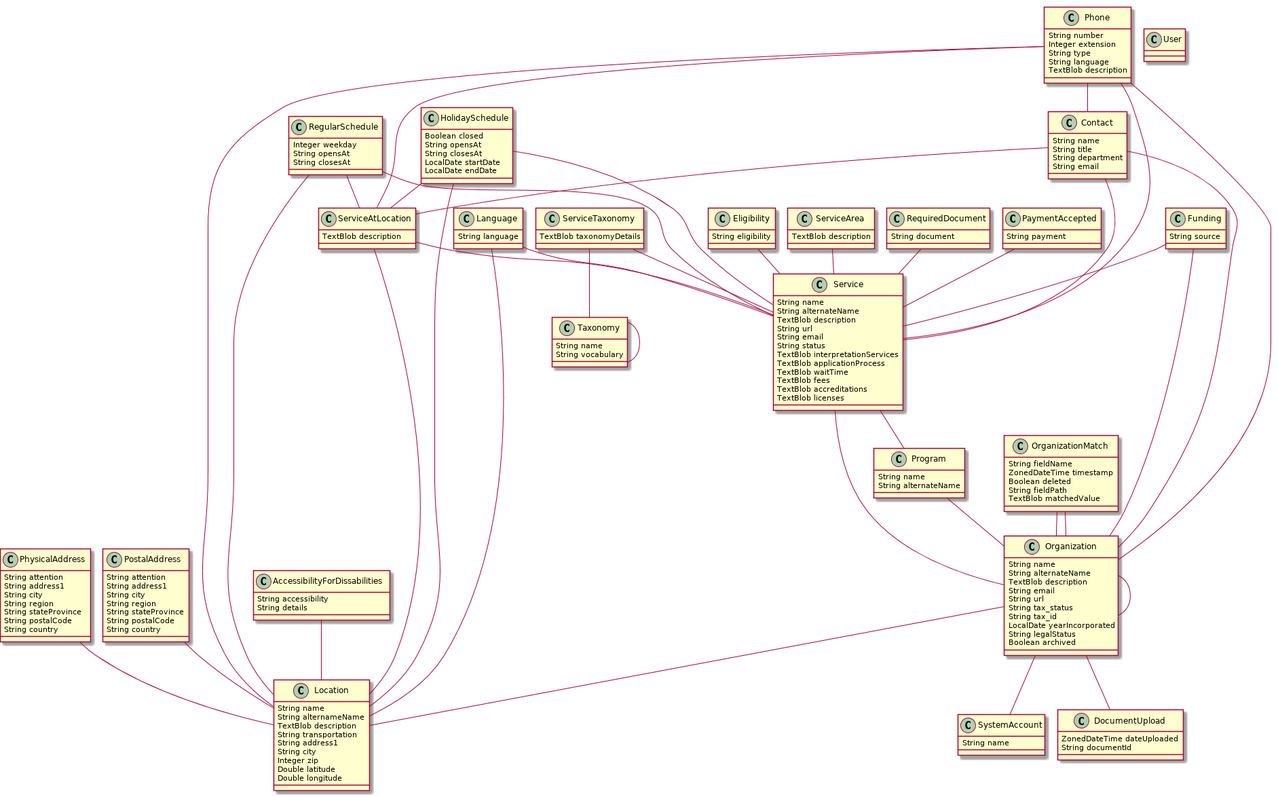
Earlier version of the PlantUML export jdl/schema.png (openreferral/ServiceNet). Its diagram source:
```plantuml
@startuml
	!pragma graphviz_dot jdot
	!pragma syntax class
	class SystemAccount  {
		String name
	}
	class DocumentUpload  {
		ZonedDateTime dateUploaded
		String documentId
	}
	class Organization  {
		String name
		String alternateName
		TextBlob description
		String email
		String url
		String tax_status
		String tax_id
		LocalDate yearIncorporated
		String legalStatus
		Boolean archived
	}
	class Service  {
		String name
		String alternateName
		TextBlob description
		String url
		String email
		String status
		TextBlob interpretationServices
		TextBlob applicationProcess
		TextBlob waitTime
		TextBlob fees
		TextBlob accreditations
		TextBlob licenses
	}
	class Program  {
		String name
		String alternateName
	}
	class ServiceAtLocation  {
		TextBlob description
	}
	class Location  {
		String name
		String alternameName
		TextBlob description
		String transportation
		String address1
		String city
		Integer zip
		Double latitude
		Double longitude
	}
	class PhysicalAddress  {
		String attention
		String address1
		String city
		String region
		String stateProvince
		String postalCode
		String country
	}
	class PostalAddress  {
		String attention
		String address1
		String city
		String region
		String stateProvince
		String postalCode
		String country
	}
	class Phone  {
		String number
		Integer extension
		String type
		String language
		TextBlob description
	}
	class Contact  {
		String name
		String title
		String department
		String email
	}
	class RegularSchedule  {
		Integer weekday
		String opensAt
		String closesAt
	}
	class HolidaySchedule  {
		Boolean closed
		String opensAt
		String closesAt
		LocalDate startDate
		LocalDate endDate
	}
	class Funding  {
		String source
	}
	class Eligibility  {
		String eligibility
	}
	class ServiceArea  {
		TextBlob description
	}
	class RequiredDocument  {
		String document
	}
	class PaymentAccepted  {
		String payment
	}
	class Language  {
		String language
	}
	class AccessibilityForDissabilities  {
		String accessibility
		String details
	}
	class ServiceTaxonomy  {
		TextBlob taxonomyDetails
	}
	class Taxonomy  {
		String name
		String vocabulary
	}
	class OrganizationMatch  {
		String fieldName
		ZonedDateTime timestamp
		Boolean deleted
		String fieldPath
		TextBlob matchedValue
	}
	Organization  "sourceDocument(dateUploaded) 0..* " o-- "0..1 "  DocumentUpload
	Organization  "account(name) 0..* " o-- "0..1 "  SystemAccount
	Program  "organization(name) 0..* " o-- "programs(name) 0..1 "  Organization
	Service  "organization(name) 0..* " o-- "services(name) 0..1 "  Organization
	Service  "program(name) 0..* " o-- "services(name) 0..1 "  Program
	ServiceAtLocation  "location(name) 0..* " o-- "0..1 "  Location
	OrganizationMatch  "organizationRecord(name) 0..* " o-- "0..1 "  Organization
	OrganizationMatch  "partnerVersion(name) 0..* " o-- "0..1 "  Organization
	Phone  "location(name) 0..* " o-- "0..1 "  Location
	Phone  "srvc(name) 0..* " o-- "0..1 "  Service
	Phone  "organization(name) 0..* " o-- "0..1 "  Organization
	Phone  "contact(name) 0..* " o-- "0..1 "  Contact
	Phone  "serviceAtLocation 0..* " o-- "phones(number) 0..1 "  ServiceAtLocation
	Contact  "organization(name) 0..* " o-- "0..1 "  Organization
	Contact  "srvc(name) 0..* " o-- "0..1 "  Service
	Contact  "serviceAtLocation 0..* " o-- "0..1 "  ServiceAtLocation
	ServiceArea  "srvc(name) 0..* " o-- "areas 0..1 "  Service
	RequiredDocument  "srvc(name) 0..* " o-- "docs(document) 0..1 "  Service
	PaymentAccepted  "srvc(name) 0..* " o-- "paymentsAccepted 0..1 "  Service
	Language  "srvc(name) 0..* " o-- "langs(language) 0..1 "  Service
	Language  "location(name) 0..* " o-- "langs(language) 0..1 "  Location
	AccessibilityForDissabilities  "location(name) 0..* " o-- "langs(accessibility) 0..1 "  Location
	Taxonomy  "parent(name) 0..* " o-- "0..1 "  Taxonomy
	ServiceTaxonomy  "srvc(name) 0..* " o-- "taxonomies 0..1 "  Service
	ServiceTaxonomy  "taxonomy(name) 0..* " o-- "0..1 "  Taxonomy
	Organization  "location(address1) 0..1 " -- "0..1 "  Location
	Organization  "replacedBy 0..1 " -- "0..1 "  Organization
	ServiceAtLocation  "srvc(name) 0..1 " -- "location(name) 0..1 "  Service
	PhysicalAddress  "location(name) 0..1 " -- "physicalAddress(address1) 0..1 "  Location
	PostalAddress  "location(name) 0..1 " -- "postalAddress(address1) 0..1 "  Location
	RegularSchedule  "srvc(name) 0..1 " -- "regularSchedule 0..1 "  Service
	RegularSchedule  "location(name) 0..1 " -- "regularSchedule 0..1 "  Location
	RegularSchedule  "serviceAtlocation 0..1 " -- "regularSchedule 0..1 "  ServiceAtLocation
	HolidaySchedule  "srvc(name) 0..1 " -- "holidaySchedule 0..1 "  Service
	HolidaySchedule  "location(name) 0..1 " -- "holidaySchedule 0..1 "  Location
	HolidaySchedule  "serviceAtlocation 0..1 " -- "holidaySchedule 0..1 "  ServiceAtLocation
	Funding  "organization(name) 0..1 " -- "funding 0..1 "  Organization
	Funding  "srvc(name) 0..1 " -- "funding 0..1 "  Service
	Eligibility  "srvc(name) 0..1 " -- "eligibility 0..1 "  Service
	class User  {
	}
@enduml
```
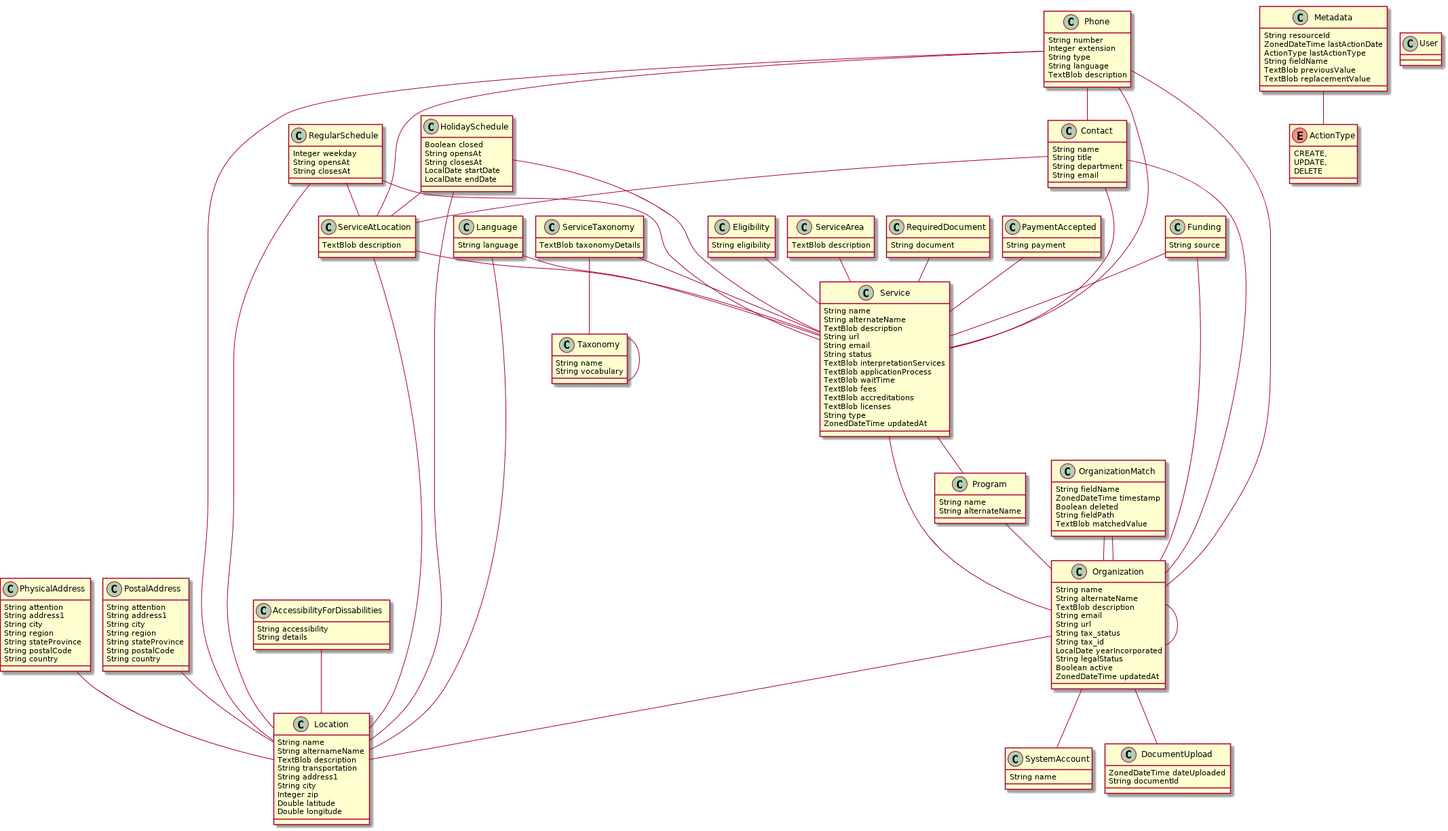
After the commit.

Commit message:
#1: Database schema

What changed in the source:
```diff
@@ -18,7 +18,8 @@
 		String tax_id
 		LocalDate yearIncorporated
 		String legalStatus
-		Boolean archived
+		Boolean active
+		ZonedDateTime updatedAt
 	}
 	class Service  {
 		String name
@@ -33,6 +34,8 @@
 		TextBlob fees
 		TextBlob accreditations
 		TextBlob licenses
+		String type
+		ZonedDateTime updatedAt
 	}
 	class Program  {
 		String name
@@ -131,6 +134,20 @@
 		String fieldPath
 		TextBlob matchedValue
 	}
+	class Metadata  {
+		String resourceId
+		ZonedDateTime lastActionDate
+		ActionType lastActionType
+		String fieldName
+		TextBlob previousValue
+		TextBlob replacementValue
+	}
+	Metadata ..> ActionType
+	enum ActionType {
+		CREATE,
+		UPDATE,
+		DELETE
+	}
 	Organization  "sourceDocument(dateUploaded) 0..* " o-- "0..1 "  DocumentUpload
 	Organization  "account(name) 0..* " o-- "0..1 "  SystemAccount
 	Program  "organization(name) 0..* " o-- "programs(name) 0..1 "  Organization
```
